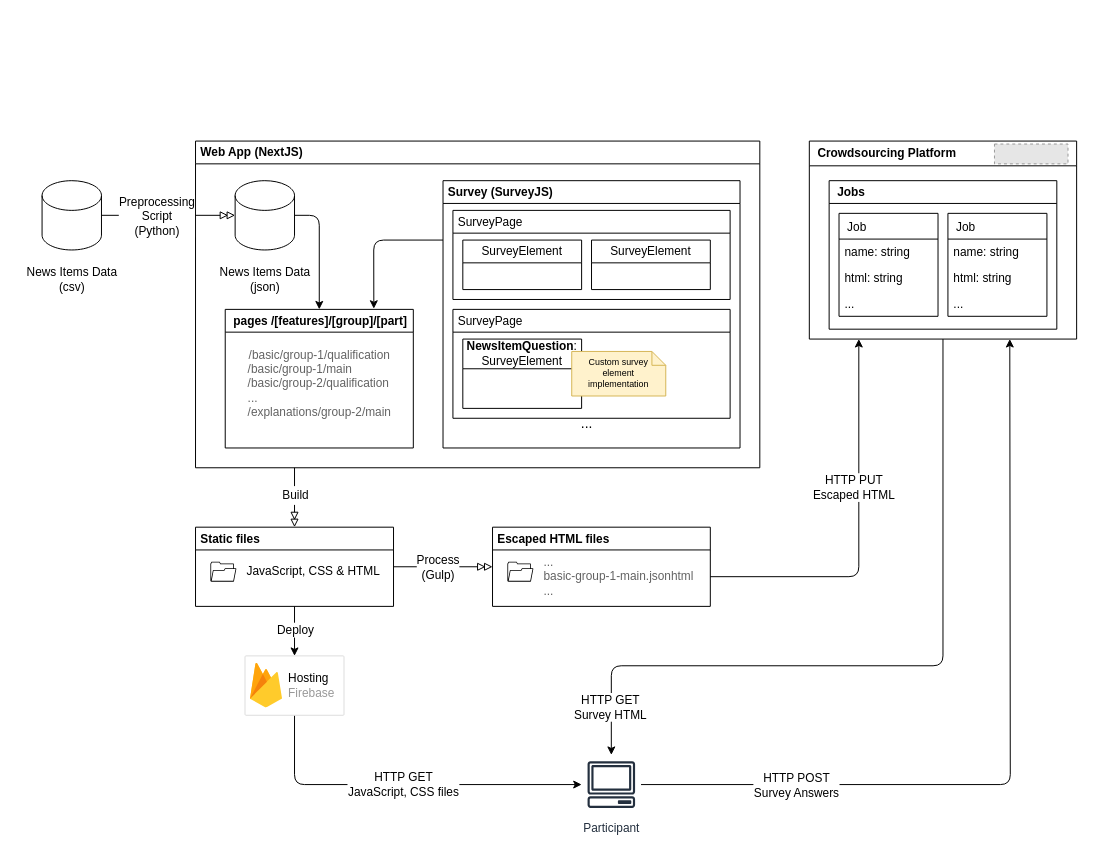
This is architecture.drawio from csomorbalazs/xai-experiment, a draw.io file, before an edit. Source tidied: cells renumbered, new cells numbered last; positions are measured from the earlier drawing's top-left corner, leaving out a move shared by most shapes. Both pictures are drawn from the tidied source at 99%, with x=0, y=0 at pixel (17, 141). Pictures stored in the file or linked from it are replaced by grey dashed boxes.
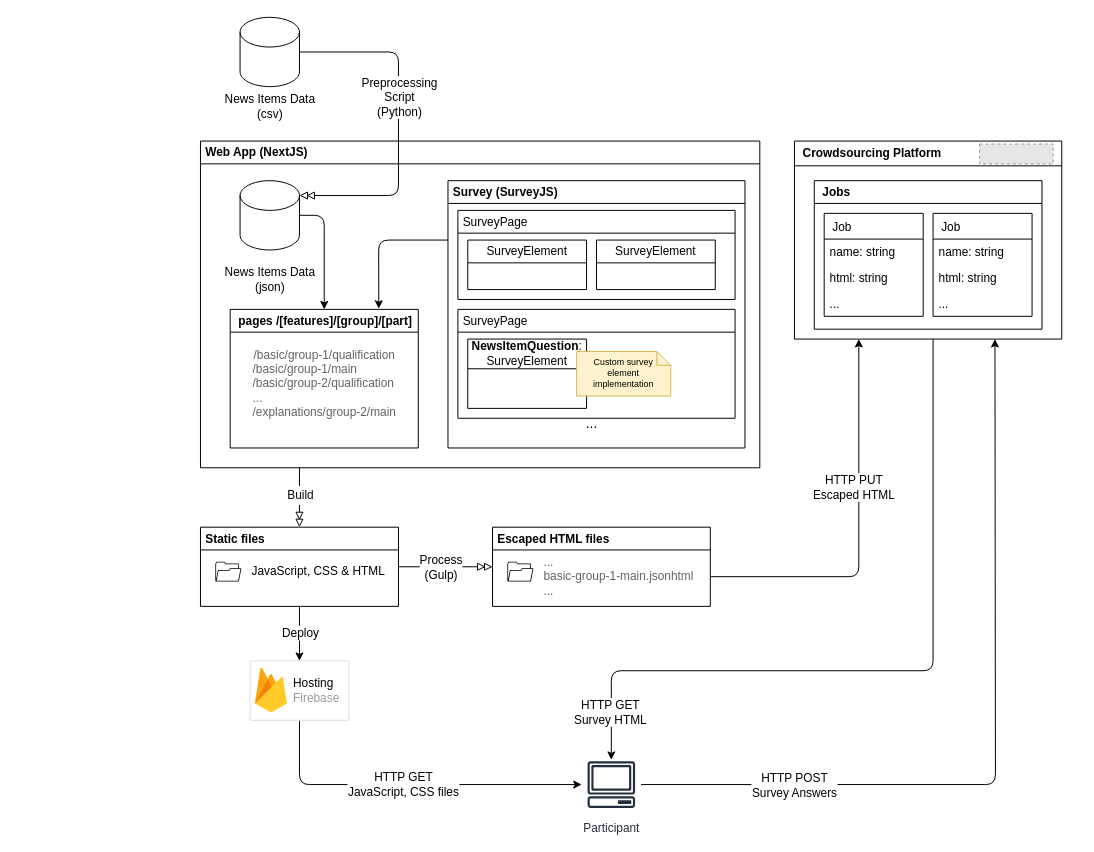
Above is the later version.

Commit message:
Update architecture diagram

Unchanged cells that the change refers to:
```xml
<mxCell id="20" style="shape=cylinder3;whiteSpace=wrap;html=1;boundedLbl=1;backgroundOutline=1;size=15;" parent="7" vertex="1">
  <mxGeometry x="40" y="40" width="60" height="70" as="geometry" />
</mxCell>
<mxCell id="37" value="Participant" style="sketch=0;outlineConnect=0;fontColor=#232F3E;gradientColor=none;strokeColor=#232F3E;fillColor=none;dashed=0;verticalLabelPosition=bottom;verticalAlign=top;align=center;fontSize=12;fontStyle=0;shape=mxgraph.aws4.resourceIcon;resIcon=mxgraph.aws4.client;labelBackgroundColor=none;strokeWidth=1;fontFamily=Helvetica;labelBorderColor=none;html=1;" parent="1" vertex="1">
  <mxGeometry x="570" y="620" width="60" height="60" as="geometry" />
</mxCell>
```

What changed in the source:
```diff
@@
     <mxCell id="2" style="edgeStyle=none;html=1;fontFamily=Helvetica;fontSize=12;fontColor=#000000;endArrow=classic;endFill=1;" parent="1" edge="1" source="3" target="37">
       <mxGeometry relative="1" as="geometry">
         <Array as="points">
-          <mxPoint x="280" y="650" />
+          <mxPoint x="285" y="650" />
         </Array>
       </mxGeometry>
     </mxCell>
     <mxCell id="3" style="strokeColor=#dddddd;shadow=0;strokeWidth=1;rounded=1;absoluteArcSize=1;arcSize=2;" parent="1" vertex="1">
-      <mxGeometry x="230" y="520" width="100" height="60" as="geometry" />
+      <mxGeometry x="235" y="525" width="100" height="60" as="geometry" />
     </mxCell>
@@
     <mxCell id="5" style="edgeStyle=none;html=1;fontSize=12;fontColor=#636363;endArrow=doubleBlock;endFill=0;entryX=0.5;entryY=0;entryDx=0;entryDy=0;" parent="1" edge="1" target="32">
       <mxGeometry relative="1" as="geometry">
-        <mxPoint x="280" y="330" as="sourcePoint" />
+        <mxPoint x="285" y="330" as="sourcePoint" />
       </mxGeometry>
     </mxCell>
@@
     <mxCell id="7" value="&amp;nbsp;Web App (NextJS)" style="swimlane;whiteSpace=wrap;html=1;align=left;" parent="1" vertex="1">
-      <mxGeometry x="180" width="570" height="330" as="geometry" />
+      <mxGeometry x="185" width="565" height="330" as="geometry" />
     </mxCell>
@@
-    <mxCell id="23" style="group;" parent="1" vertex="1">
-      <mxGeometry y="40" width="110" height="120" as="geometry" />
-    </mxCell>
-    <mxCell id="24" style="shape=cylinder3;whiteSpace=wrap;html=1;boundedLbl=1;backgroundOutline=1;size=15;" parent="23" vertex="1">
-      <mxGeometry x="25" width="60" height="70" as="geometry" />
-    </mxCell>
-    <mxCell id="25" value="News Items Data&lt;br&gt;(csv)" style="text;html=1;align=center;verticalAlign=middle;strokeColor=none;fillColor=none;" parent="23" vertex="1">
-      <mxGeometry y="80" width="110" height="40" as="geometry" />
-    </mxCell>
-    <mxCell id="26" style="edgeStyle=none;html=1;endArrow=doubleBlock;endFill=0;" parent="1" edge="1" source="24" target="20">
-      <mxGeometry relative="1" as="geometry" />
+    <mxCell id="26" style="edgeStyle=none;html=1;endArrow=doubleBlock;endFill=0;entryX=1;entryY=0;entryDx=0;entryDy=15;entryPerimeter=0;" parent="1" edge="1" source="24" target="20">
+      <mxGeometry relative="1" as="geometry">
+        <Array as="points">
+          <mxPoint x="385" y="-90" />
+          <mxPoint x="385" y="55" />
+        </Array>
+      </mxGeometry>
     </mxCell>
     <mxCell id="27" value="Preprocessing &lt;br style=&quot;font-size: 12px;&quot;&gt;Script&lt;br style=&quot;font-size: 12px;&quot;&gt;(Python)" style="edgeLabel;html=1;align=center;verticalAlign=middle;fontSize=12;" parent="26" vertex="1">
       <mxGeometry x="-0.21" y="-1" relative="1" as="geometry">
-        <mxPoint x="2" y="-1" as="offset" />
+        <mxPoint x="1" y="9" as="offset" />
       </mxGeometry>
     </mxCell>
@@
     <mxCell id="32" value="&amp;nbsp;Static files" style="swimlane;whiteSpace=wrap;html=1;labelBackgroundColor=none;fontFamily=Helvetica;fontSize=12;fontColor=#000000;fillColor=default;align=left;" parent="1" vertex="1">
-      <mxGeometry x="180" y="390" width="200" height="80" as="geometry" />
+      <mxGeometry x="185" y="390" width="200" height="80" as="geometry" />
     </mxCell>
@@
     <mxCell id="35" style="edgeStyle=none;html=1;entryX=0.75;entryY=1;entryDx=0;entryDy=0;fontFamily=Helvetica;fontSize=12;fontColor=#000000;endArrow=classic;endFill=1;" parent="1" edge="1" source="37" target="40">
       <mxGeometry relative="1" as="geometry">
         <Array as="points">
-          <mxPoint x="1003" y="650" />
+          <mxPoint x="988" y="650" />
         </Array>
       </mxGeometry>
     </mxCell>
@@
-    <mxCell id="38" style="edgeStyle=none;html=1;fontFamily=Helvetica;fontSize=12;fontColor=#000000;endArrow=classic;endFill=1;" parent="1" edge="1" source="40" target="37">
+    <mxCell id="38" style="edgeStyle=none;html=1;fontFamily=Helvetica;fontSize=12;fontColor=#000000;endArrow=classic;endFill=1;" parent="1" edge="1">
       <mxGeometry relative="1" as="geometry">
+        <mxPoint x="925" y="200" as="sourcePoint" />
+        <mxPoint x="600" y="625" as="targetPoint" />
         <Array as="points">
-          <mxPoint x="935" y="530" />
-          <mxPoint x="600" y="530" />
+          <mxPoint x="925" y="535" />
+          <mxPoint x="600" y="535" />
         </Array>
       </mxGeometry>
     </mxCell>
@@
     <mxCell id="40" value="&amp;nbsp; Crowdsourcing Platform" style="swimlane;whiteSpace=wrap;html=1;labelBackgroundColor=none;strokeColor=default;strokeWidth=1;fontFamily=Helvetica;fontSize=12;fontColor=#000000;fillColor=none;align=left;startSize=25;" parent="1" vertex="1">
-      <mxGeometry x="800" width="270" height="200" as="geometry" />
+      <mxGeometry x="785" width="270" height="200" as="geometry" />
     </mxCell>
@@
+    <mxCell id="24" style="shape=cylinder3;whiteSpace=wrap;html=1;boundedLbl=1;backgroundOutline=1;size=15;" parent="1" vertex="1">
+      <mxGeometry x="225" y="-125" width="60" height="70" as="geometry" />
+    </mxCell>
+    <mxCell id="25" value="&lt;span style=&quot;background-color: rgb(255, 255, 255);&quot;&gt;News Items Data&lt;/span&gt;&lt;br style=&quot;border-color: var(--border-color);&quot;&gt;&lt;span style=&quot;background-color: rgb(255, 255, 255);&quot;&gt;(csv)&lt;/span&gt;" style="text;html=1;align=center;verticalAlign=middle;strokeColor=none;fillColor=none;" parent="1" vertex="1">
+      <mxGeometry x="200" y="-55" width="110" height="40" as="geometry" />
+    </mxCell>
```
